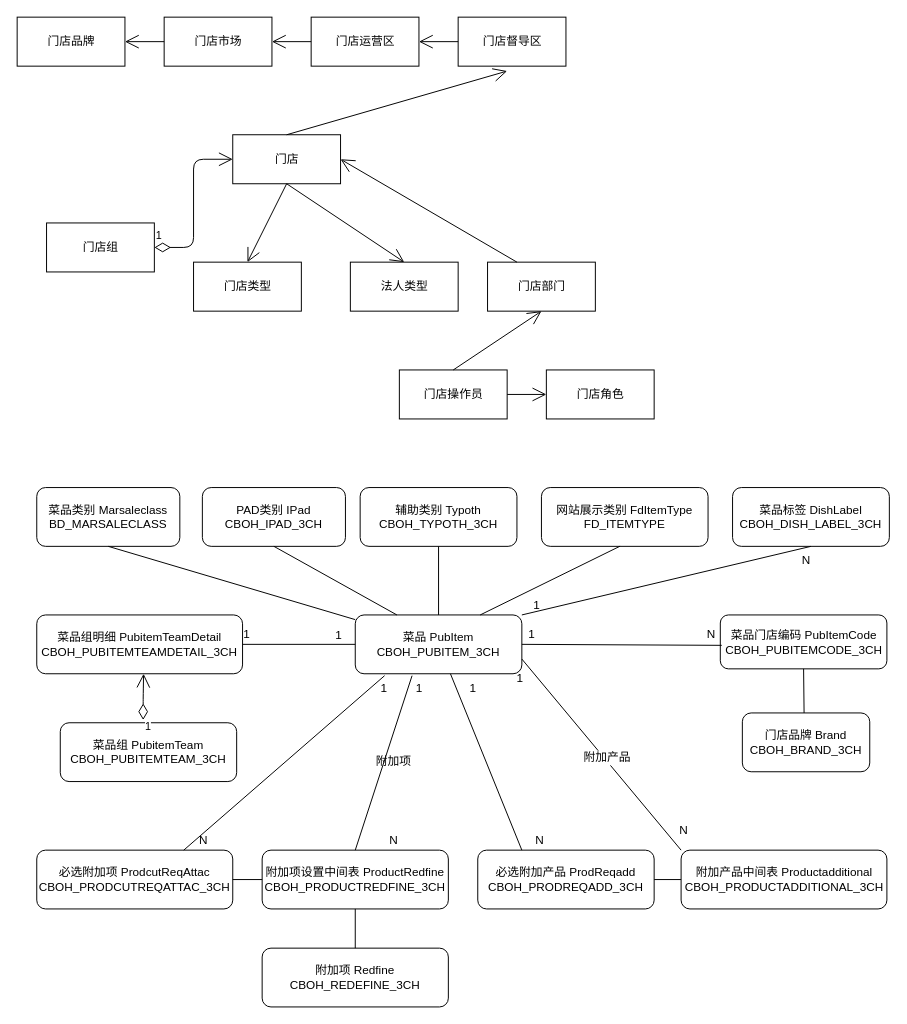
Before: 菜品.drawio in liuchenwei2000/diagram, a draw.io diagram. Source tidied: cells renumbered, new cells numbered last; positions are measured from the earlier drawing's top-left corner, leaving out a move shared by most shapes. Both pictures are drawn from the tidied source at 98%, with x=0, y=0 at pixel (17, 17).
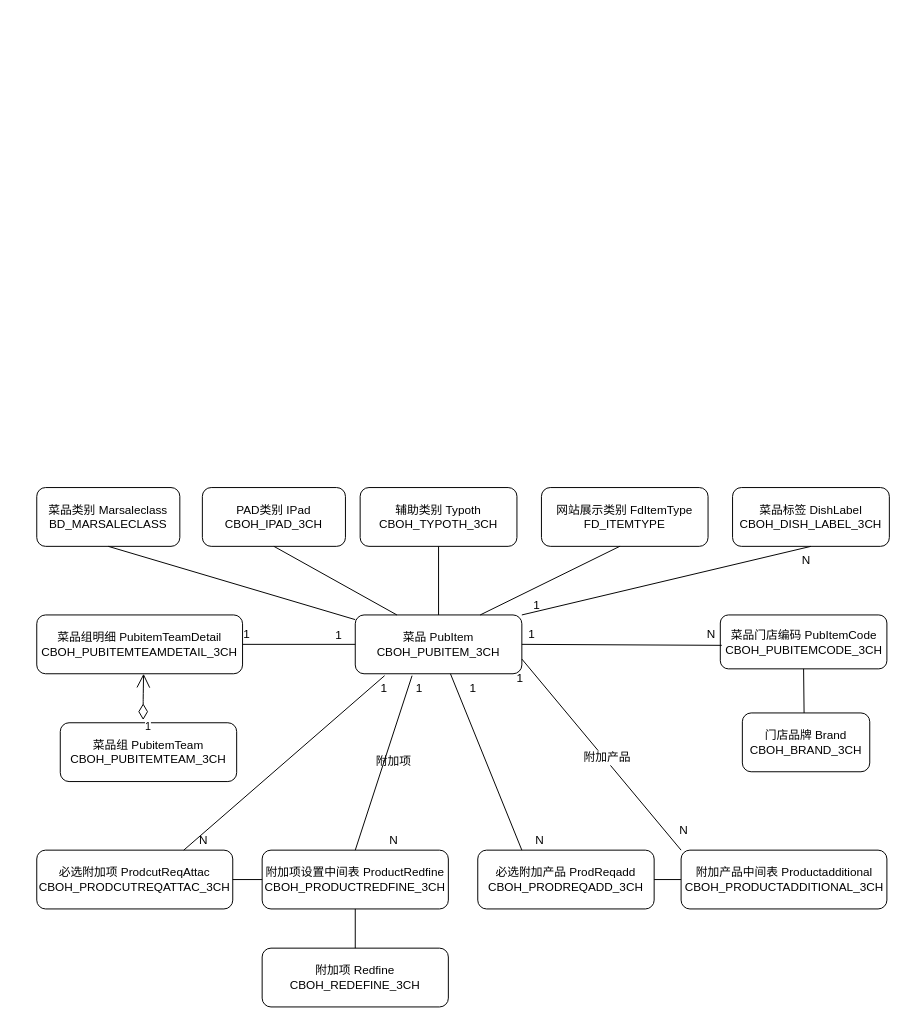
The same diagram, later.

The edit, as a diff of the source:
```diff
@@
-    <mxCell id="2" value="门店品牌" style="html=1;" parent="1" vertex="1">
-      <mxGeometry width="110" height="50" as="geometry" />
-    </mxCell>
-    <mxCell id="3" value="门店市场" style="html=1;" parent="1" vertex="1">
-      <mxGeometry x="150" width="110" height="50" as="geometry" />
-    </mxCell>
-    <mxCell id="4" value="门店运营区" style="html=1;" parent="1" vertex="1">
-      <mxGeometry x="300" width="110" height="50" as="geometry" />
-    </mxCell>
-    <mxCell id="5" value="门店督导区" style="html=1;" parent="1" vertex="1">
-      <mxGeometry x="450" width="110" height="50" as="geometry" />
-    </mxCell>
-    <mxCell id="6" value="门店" style="html=1;" parent="1" vertex="1">
-      <mxGeometry x="220" y="120" width="110" height="50" as="geometry" />
-    </mxCell>
-    <mxCell id="7" value="门店组" style="html=1;" parent="1" vertex="1">
-      <mxGeometry x="30" y="210" width="110" height="50" as="geometry" />
-    </mxCell>
-    <mxCell id="8" value="门店类型" style="html=1;" parent="1" vertex="1">
-      <mxGeometry x="180" y="250" width="110" height="50" as="geometry" />
-    </mxCell>
-    <mxCell id="9" value="法人类型" style="html=1;" parent="1" vertex="1">
-      <mxGeometry x="340" y="250" width="110" height="50" as="geometry" />
-    </mxCell>
-    <mxCell id="10" value="门店部门" style="html=1;" parent="1" vertex="1">
-      <mxGeometry x="480" y="250" width="110" height="50" as="geometry" />
-    </mxCell>
-    <mxCell id="11" value="门店操作员" style="html=1;" parent="1" vertex="1">
-      <mxGeometry x="390" y="360" width="110" height="50" as="geometry" />
-    </mxCell>
-    <mxCell id="12" value="门店角色" style="html=1;" parent="1" vertex="1">
-      <mxGeometry x="540" y="360" width="110" height="50" as="geometry" />
-    </mxCell>
-    <mxCell id="13" style="endArrow=open;endFill=1;endSize=12;html=1;entryX=1;entryY=0.5;entryDx=0;entryDy=0;exitX=0;exitY=0.5;exitDx=0;exitDy=0;" parent="1" edge="1" source="3" target="2">
-      <mxGeometry relative="1" as="geometry" />
-    </mxCell>
-    <mxCell id="14" style="endArrow=open;endFill=1;endSize=12;html=1;exitX=0;exitY=0.5;exitDx=0;exitDy=0;" parent="1" edge="1" source="4">
-      <mxGeometry relative="1" as="geometry">
-        <mxPoint x="260" y="25" as="targetPoint" />
-      </mxGeometry>
-    </mxCell>
-    <mxCell id="15" style="endArrow=open;endFill=1;endSize=12;html=1;exitX=0;exitY=0.5;exitDx=0;exitDy=0;" parent="1" edge="1" source="5">
-      <mxGeometry relative="1" as="geometry">
-        <mxPoint x="410" y="25" as="targetPoint" />
-      </mxGeometry>
-    </mxCell>
-    <mxCell id="16" style="endArrow=open;endFill=1;endSize=12;html=1;exitX=0.5;exitY=0;exitDx=0;exitDy=0;" parent="1" edge="1" source="6">
-      <mxGeometry relative="1" as="geometry">
-        <mxPoint x="500" y="55" as="targetPoint" />
-      </mxGeometry>
-    </mxCell>
-    <mxCell id="17" style="endArrow=open;endFill=1;endSize=12;html=1;entryX=0.5;entryY=0;entryDx=0;entryDy=0;exitX=0.5;exitY=1;exitDx=0;exitDy=0;" parent="1" edge="1" source="6" target="8">
-      <mxGeometry relative="1" as="geometry" />
-    </mxCell>
-    <mxCell id="18" style="endArrow=open;endFill=1;endSize=12;html=1;entryX=0.5;entryY=0;entryDx=0;entryDy=0;exitX=0.5;exitY=1;exitDx=0;exitDy=0;" parent="1" edge="1" source="6" target="9">
-      <mxGeometry relative="1" as="geometry" />
-    </mxCell>
-    <mxCell id="19" value="1" style="endArrow=open;html=1;endSize=12;startArrow=diamondThin;startSize=14;startFill=0;edgeStyle=orthogonalEdgeStyle;align=left;verticalAlign=bottom;entryX=0;entryY=0.5;entryDx=0;entryDy=0;" parent="1" edge="1" source="7" target="6">
-      <mxGeometry x="-1" y="3" relative="1" as="geometry" />
-    </mxCell>
-    <mxCell id="20" style="endArrow=open;endFill=1;endSize=12;html=1;entryX=1;entryY=0.5;entryDx=0;entryDy=0;" parent="1" edge="1" target="6">
-      <mxGeometry relative="1" as="geometry">
-        <mxPoint x="510" y="250" as="sourcePoint" />
-      </mxGeometry>
-    </mxCell>
-    <mxCell id="21" style="endArrow=open;endFill=1;endSize=12;html=1;entryX=0.5;entryY=1;entryDx=0;entryDy=0;exitX=0.5;exitY=0;exitDx=0;exitDy=0;" parent="1" edge="1" source="11" target="10">
-      <mxGeometry relative="1" as="geometry" />
-    </mxCell>
-    <mxCell id="22" style="endArrow=open;endFill=1;endSize=12;html=1;entryX=0;entryY=0.5;entryDx=0;entryDy=0;exitX=1;exitY=0.5;exitDx=0;exitDy=0;" parent="1" edge="1" source="11" target="12">
-      <mxGeometry relative="1" as="geometry" />
-    </mxCell>
```
